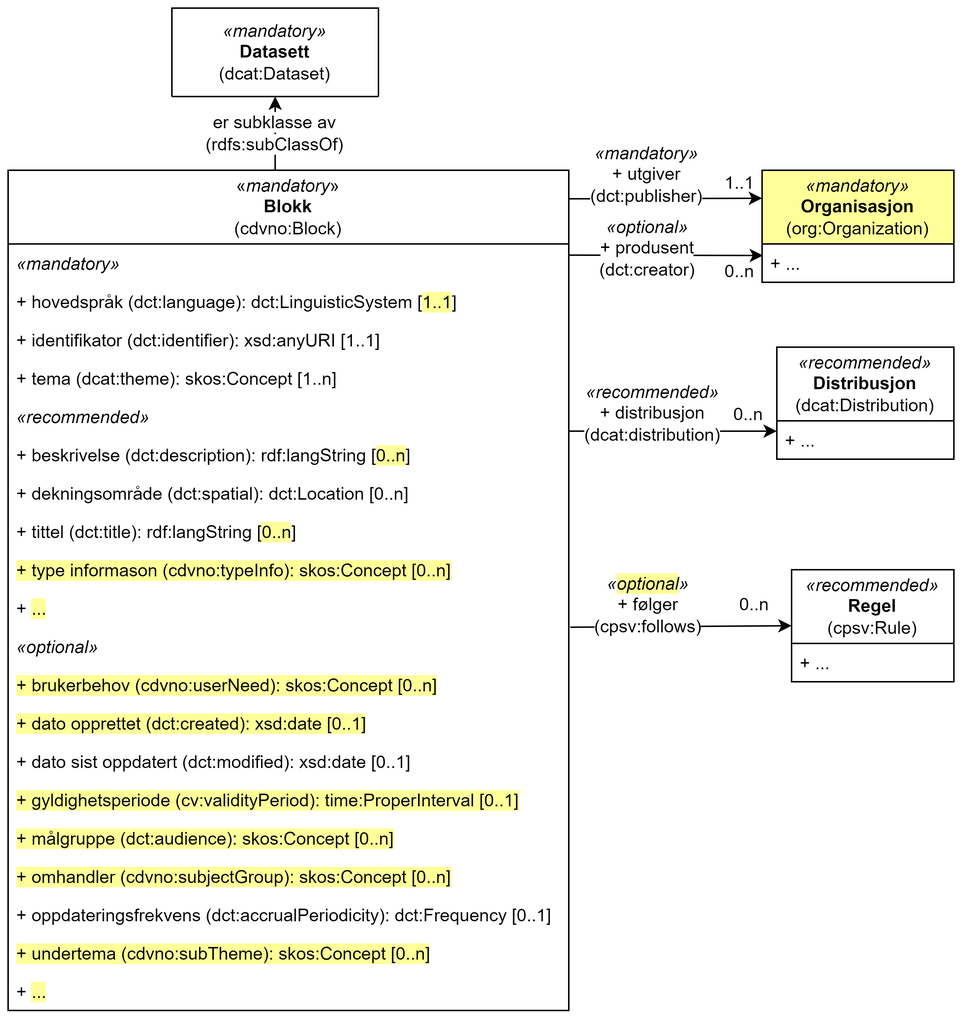
The draw.io diagram docs/images/cdvno-block.png in Informasjonsforvaltning/cdvno, before a commit. Source tidied: cells renumbered, new cells last; positions are measured from the earlier drawing's top-left corner, leaving out a move shared by most shapes. The source it was exported from:
```xml
<mxGraphModel>
  <root>
    <mxCell id="0" />
    <mxCell id="1" parent="0" />
    <mxCell id="2" value="&lt;i&gt;«mandatory»&lt;/i&gt;&lt;br&gt;&lt;b&gt;Organisasjon&lt;br&gt;&lt;/b&gt;(org:Organization)" style="swimlane;fontStyle=0;horizontal=1;startSize=50;fillColor=#FFFF99;whiteSpace=wrap;html=1;" parent="1" vertex="1">
      <mxGeometry x="511" y="110" width="130" height="76" as="geometry" />
    </mxCell>
    <mxCell id="3" value="+ ..." style="text;strokeColor=none;fillColor=none;align=left;verticalAlign=top;spacingLeft=4;spacingRight=4;overflow=hidden;points=[[0,0.5],[1,0.5]];portConstraint=eastwest;whiteSpace=wrap;html=1;" parent="2" vertex="1">
      <mxGeometry y="50" width="130" height="26" as="geometry" />
    </mxCell>
    <mxCell id="4" style="endArrow=classic;html=1;rounded=0;entryX=0;entryY=0.25;entryDx=0;entryDy=0;exitX=0.999;exitY=0.034;exitDx=0;exitDy=0;exitPerimeter=0;" parent="1" edge="1" source="18" target="2">
      <mxGeometry relative="1" as="geometry" />
    </mxCell>
    <mxCell id="5" value="1..1" style="text;html=1;strokeColor=none;fillColor=none;align=center;verticalAlign=middle;whiteSpace=wrap;rounded=0;" parent="1" vertex="1">
      <mxGeometry x="481" y="110" width="30" height="18" as="geometry" />
    </mxCell>
    <mxCell id="6" value="&lt;span style=&quot;background-color: rgb(255, 255, 255);&quot;&gt;&lt;i&gt;&lt;span style=&quot;color: rgb(0, 0, 0); font-family: Helvetica; font-size: 12px; font-variant-ligatures: normal; font-variant-caps: normal; font-weight: 400; letter-spacing: normal; orphans: 2; text-align: left; text-indent: 0px; text-transform: none; widows: 2; word-spacing: 0px; -webkit-text-stroke-width: 0px; text-decoration-thickness: initial; text-decoration-style: initial; text-decoration-color: initial; float: none; display: inline !important;&quot;&gt;«mandatory»&lt;/span&gt;&lt;br&gt;&lt;/i&gt;+ utgiver&lt;br&gt;(dct:publisher)&lt;/span&gt;" style="text;html=1;strokeColor=none;fillColor=none;align=center;verticalAlign=middle;whiteSpace=wrap;rounded=0;" parent="1" vertex="1">
      <mxGeometry x="393" y="88" width="80" height="50" as="geometry" />
    </mxCell>
    <mxCell id="7" style="endArrow=classic;html=1;rounded=0;entryX=0.005;entryY=0.301;entryDx=0;entryDy=0;entryPerimeter=0;exitX=0.999;exitY=0.291;exitDx=0;exitDy=0;exitPerimeter=0;" parent="1" edge="1" source="19" target="3">
      <mxGeometry relative="1" as="geometry" />
    </mxCell>
    <mxCell id="8" value="&lt;span style=&quot;background-color: rgb(255, 255, 255);&quot;&gt;&lt;span style=&quot;color: rgb(0, 0, 0); font-family: Helvetica; font-size: 12px; font-variant-ligatures: normal; font-variant-caps: normal; font-weight: 400; letter-spacing: normal; orphans: 2; text-align: left; text-indent: 0px; text-transform: none; widows: 2; word-spacing: 0px; -webkit-text-stroke-width: 0px; text-decoration-thickness: initial; text-decoration-style: initial; text-decoration-color: initial; float: none; display: inline !important;&quot;&gt;&lt;i&gt;«optional»&lt;/i&gt;&lt;/span&gt;&lt;br&gt;+ produsent&lt;br&gt;(dct:creator)&lt;/span&gt;" style="text;html=1;strokeColor=none;fillColor=none;align=center;verticalAlign=middle;whiteSpace=wrap;rounded=0;" parent="1" vertex="1">
      <mxGeometry x="392.5" y="138" width="81" height="50" as="geometry" />
    </mxCell>
    <mxCell id="9" value="0..n" style="text;html=1;strokeColor=none;fillColor=none;align=center;verticalAlign=middle;whiteSpace=wrap;rounded=0;" parent="1" vertex="1">
      <mxGeometry x="481" y="172" width="30" height="14" as="geometry" />
    </mxCell>
    <mxCell id="10" style="endArrow=classic;html=1;rounded=0;entryX=0;entryY=0.75;entryDx=0;entryDy=0;exitX=0.999;exitY=0.884;exitDx=0;exitDy=0;exitPerimeter=0;" parent="1" edge="1" source="23" target="11">
      <mxGeometry relative="1" as="geometry" />
    </mxCell>
    <mxCell id="11" value="&lt;i style=&quot;border-color: var(--border-color);&quot;&gt;«recommended»&lt;/i&gt;&lt;br style=&quot;border-color: var(--border-color);&quot;&gt;&lt;b style=&quot;border-color: var(--border-color);&quot;&gt;Distribusjon&lt;br style=&quot;border-color: var(--border-color);&quot;&gt;&lt;/b&gt;(dcat:Distribution)" style="swimlane;fontStyle=0;horizontal=1;startSize=50;fillColor=none;whiteSpace=wrap;html=1;" parent="1" vertex="1">
      <mxGeometry x="521" y="230" width="120" height="76" as="geometry" />
    </mxCell>
    <mxCell id="12" value="+ ..." style="text;strokeColor=none;fillColor=none;align=left;verticalAlign=top;spacingLeft=4;spacingRight=4;overflow=hidden;whiteSpace=wrap;html=1;" parent="11" vertex="1">
      <mxGeometry y="50" width="120" height="26" as="geometry" />
    </mxCell>
    <mxCell id="13" value="&lt;i style=&quot;border-color: var(--border-color);&quot;&gt;«recommended»&lt;br&gt;&lt;/i&gt;&lt;span style=&quot;background-color: rgb(255, 255, 255);&quot;&gt;+ distribusjon&lt;br&gt;(dcat:distribution)&lt;/span&gt;" style="text;html=1;strokeColor=none;fillColor=none;align=center;verticalAlign=middle;whiteSpace=wrap;rounded=0;" parent="1" vertex="1">
      <mxGeometry x="405" y="260" width="64" height="30" as="geometry" />
    </mxCell>
    <mxCell id="14" value="0..n" style="text;html=1;strokeColor=none;fillColor=none;align=center;verticalAlign=middle;whiteSpace=wrap;rounded=0;" parent="1" vertex="1">
      <mxGeometry x="487" y="270" width="30" height="13" as="geometry" />
    </mxCell>
    <mxCell id="15" value="&lt;i style=&quot;border-color: var(--border-color);&quot;&gt;«mandatory»&lt;/i&gt;&lt;br style=&quot;border-color: var(--border-color);&quot;&gt;&lt;b style=&quot;border-color: var(--border-color);&quot;&gt;Datasett&lt;br style=&quot;border-color: var(--border-color);&quot;&gt;&lt;/b&gt;(dcat:Dataset)" style="swimlane;fontStyle=0;horizontal=1;startSize=80;fillColor=none;whiteSpace=wrap;html=1;" parent="1" vertex="1">
      <mxGeometry x="111" width="140" height="60" as="geometry" />
    </mxCell>
    <mxCell id="16" style="endArrow=classic;html=1;rounded=0;" parent="1" edge="1" target="15">
      <mxGeometry relative="1" as="geometry">
        <mxPoint x="181" y="110" as="sourcePoint" />
      </mxGeometry>
    </mxCell>
    <mxCell id="17" value="&lt;div style=&quot;&quot;&gt;&lt;span style=&quot;background-color: rgb(255, 255, 255);&quot;&gt;er subklasse av&lt;/span&gt;&lt;/div&gt;&lt;span style=&quot;background-color: rgb(255, 255, 255);&quot;&gt;(rdfs:subClassOf)&lt;/span&gt;" style="text;html=1;strokeColor=none;fillColor=none;align=center;verticalAlign=middle;whiteSpace=wrap;rounded=0;" parent="1" vertex="1">
      <mxGeometry x="128" y="60" width="106" height="50" as="geometry" />
    </mxCell>
    <mxCell id="18" value="«&lt;i&gt;mandatory&lt;/i&gt;»&lt;br&gt;&lt;b&gt;Blokk&lt;br&gt;&lt;/b&gt;(cdvno:Block)" style="swimlane;fontStyle=0;horizontal=1;startSize=50;fillColor=none;whiteSpace=wrap;html=1;" parent="1" vertex="1">
      <mxGeometry y="110" width="380" height="570" as="geometry" />
    </mxCell>
    <mxCell id="19" value="&lt;i&gt;«mandatory»&lt;/i&gt;" style="text;strokeColor=none;fillColor=none;align=left;verticalAlign=top;spacingLeft=4;spacingRight=4;overflow=hidden;points=[[0,0.5],[1,0.5]];portConstraint=eastwest;whiteSpace=wrap;html=1;" parent="18" vertex="1">
      <mxGeometry y="50" width="380" height="26" as="geometry" />
    </mxCell>
    <mxCell id="20" value="+ hovedspråk (dct:language): dct:LinguisticSystem [&lt;span style=&quot;background-color: rgb(255, 255, 153);&quot;&gt;1..1&lt;/span&gt;]" style="text;strokeColor=none;fillColor=none;align=left;verticalAlign=top;spacingLeft=4;spacingRight=4;overflow=hidden;whiteSpace=wrap;html=1;" parent="18" vertex="1">
      <mxGeometry y="76" width="380" height="26" as="geometry" />
    </mxCell>
    <mxCell id="21" value="+ identifikator (dct:identifier): xsd:anyURI [1..1]" style="text;strokeColor=none;fillColor=none;align=left;verticalAlign=top;spacingLeft=4;spacingRight=4;overflow=hidden;whiteSpace=wrap;html=1;" parent="18" vertex="1">
      <mxGeometry y="102" width="380" height="26" as="geometry" />
    </mxCell>
    <mxCell id="22" value="+ tema (dcat:theme): skos:Concept [1..n]" style="text;strokeColor=none;fillColor=none;align=left;verticalAlign=top;spacingLeft=4;spacingRight=4;overflow=hidden;whiteSpace=wrap;html=1;" parent="18" vertex="1">
      <mxGeometry y="128" width="380" height="26" as="geometry" />
    </mxCell>
    <mxCell id="23" value="&lt;i&gt;«recommended»&lt;/i&gt;" style="text;strokeColor=none;fillColor=none;align=left;verticalAlign=top;spacingLeft=4;spacingRight=4;overflow=hidden;points=[[0,0.5],[1,0.5]];portConstraint=eastwest;whiteSpace=wrap;html=1;" parent="18" vertex="1">
      <mxGeometry y="154" width="380" height="26" as="geometry" />
    </mxCell>
    <mxCell id="24" value="+ beskrivelse (dct:description): rdf:langString [&lt;span style=&quot;background-color: rgb(255, 255, 153);&quot;&gt;0..n&lt;/span&gt;]" style="text;strokeColor=none;fillColor=none;align=left;verticalAlign=top;spacingLeft=4;spacingRight=4;overflow=hidden;whiteSpace=wrap;html=1;" parent="18" vertex="1">
      <mxGeometry y="180" width="380" height="26" as="geometry" />
    </mxCell>
    <mxCell id="25" value="+ dekningsområde (dct:spatial): dct:Location [0..n]" style="text;strokeColor=none;fillColor=none;align=left;verticalAlign=top;spacingLeft=4;spacingRight=4;overflow=hidden;whiteSpace=wrap;html=1;" parent="18" vertex="1">
      <mxGeometry y="206" width="380" height="26" as="geometry" />
    </mxCell>
    <mxCell id="26" value="+ tittel (dct:title): rdf:langString [&lt;span style=&quot;background-color: rgb(255, 255, 153);&quot;&gt;0..n&lt;/span&gt;]" style="text;strokeColor=none;fillColor=none;align=left;verticalAlign=top;spacingLeft=4;spacingRight=4;overflow=hidden;whiteSpace=wrap;html=1;" parent="18" vertex="1">
      <mxGeometry y="232" width="380" height="26" as="geometry" />
    </mxCell>
    <mxCell id="27" value="&lt;span style=&quot;background-color: rgb(255, 255, 153);&quot;&gt;+ type informason (cdvno:typeInfo): skos:Concept [0..n]&lt;/span&gt;" style="text;strokeColor=none;fillColor=none;align=left;verticalAlign=top;spacingLeft=4;spacingRight=4;overflow=hidden;whiteSpace=wrap;html=1;" parent="18" vertex="1">
      <mxGeometry y="258" width="380" height="26" as="geometry" />
    </mxCell>
    <mxCell id="28" value="+ &lt;span style=&quot;background-color: rgb(255, 255, 153);&quot;&gt;...&lt;/span&gt;" style="text;strokeColor=none;fillColor=none;align=left;verticalAlign=top;spacingLeft=4;spacingRight=4;overflow=hidden;whiteSpace=wrap;html=1;" parent="18" vertex="1">
      <mxGeometry y="284" width="380" height="26" as="geometry" />
    </mxCell>
    <mxCell id="29" value="&lt;i&gt;«optional»&lt;/i&gt;" style="text;strokeColor=none;fillColor=none;align=left;verticalAlign=top;spacingLeft=4;spacingRight=4;overflow=hidden;whiteSpace=wrap;html=1;" parent="18" vertex="1">
      <mxGeometry y="310" width="380" height="26" as="geometry" />
    </mxCell>
    <mxCell id="30" value="&lt;span style=&quot;background-color: rgb(255, 255, 153);&quot;&gt;+ brukerbehov (cdvno:userNeed): skos:Concept [0..n]&lt;/span&gt;" style="text;strokeColor=none;fillColor=none;align=left;verticalAlign=top;spacingLeft=4;spacingRight=4;overflow=hidden;whiteSpace=wrap;html=1;" parent="18" vertex="1">
      <mxGeometry y="336" width="380" height="26" as="geometry" />
    </mxCell>
    <mxCell id="31" value="&lt;span style=&quot;background-color: rgb(255, 255, 153);&quot;&gt;+ dato opprettet (dct:created): xsd:date [0..1]&lt;/span&gt;" style="text;strokeColor=none;fillColor=none;align=left;verticalAlign=top;spacingLeft=4;spacingRight=4;overflow=hidden;whiteSpace=wrap;html=1;" parent="18" vertex="1">
      <mxGeometry y="362" width="380" height="26" as="geometry" />
    </mxCell>
    <mxCell id="32" value="+ dato sist oppdatert (dct:modified): xsd:date [0..1]" style="text;strokeColor=none;fillColor=none;align=left;verticalAlign=top;spacingLeft=4;spacingRight=4;overflow=hidden;points=[[0,0.5],[1,0.5]];portConstraint=eastwest;whiteSpace=wrap;html=1;" parent="18" vertex="1">
      <mxGeometry y="388" width="380" height="26" as="geometry" />
    </mxCell>
    <mxCell id="33" value="&lt;span style=&quot;background-color: rgb(255, 255, 153);&quot;&gt;+ gyldighetsperiode (cv:validityPeriod): time:ProperInterval [0..1]&lt;/span&gt;" style="text;strokeColor=none;fillColor=none;align=left;verticalAlign=top;spacingLeft=4;spacingRight=4;overflow=hidden;whiteSpace=wrap;html=1;" parent="18" vertex="1">
      <mxGeometry y="414" width="380" height="26" as="geometry" />
    </mxCell>
    <mxCell id="34" value="&lt;span style=&quot;background-color: rgb(255, 255, 153);&quot;&gt;+ målgruppe (dct:audience): skos:Concept [0..n]&lt;/span&gt;" style="text;strokeColor=none;fillColor=none;align=left;verticalAlign=top;spacingLeft=4;spacingRight=4;overflow=hidden;whiteSpace=wrap;html=1;" parent="18" vertex="1">
      <mxGeometry y="440" width="380" height="26" as="geometry" />
    </mxCell>
    <mxCell id="35" value="&lt;span style=&quot;background-color: rgb(255, 255, 153);&quot;&gt;+ omhandler (cdvno:subjectGroup): skos:Concept [0..n]&lt;/span&gt;" style="text;strokeColor=none;fillColor=none;align=left;verticalAlign=top;spacingLeft=4;spacingRight=4;overflow=hidden;whiteSpace=wrap;html=1;" parent="18" vertex="1">
      <mxGeometry y="466" width="380" height="26" as="geometry" />
    </mxCell>
    <mxCell id="36" value="+ oppdateringsfrekvens (dct:accrualPeriodicity):&amp;nbsp;dct:Frequency [0..1]" style="text;strokeColor=none;fillColor=none;align=left;verticalAlign=top;spacingLeft=4;spacingRight=4;overflow=hidden;whiteSpace=wrap;html=1;" parent="18" vertex="1">
      <mxGeometry y="492" width="380" height="26" as="geometry" />
    </mxCell>
    <mxCell id="37" value="&lt;span style=&quot;background-color: rgb(255, 255, 153);&quot;&gt;+ undertema (cdvno:subTheme): skos:Concept [0..n]&lt;/span&gt;" style="text;strokeColor=none;fillColor=none;align=left;verticalAlign=top;spacingLeft=4;spacingRight=4;overflow=hidden;whiteSpace=wrap;html=1;" parent="18" vertex="1">
      <mxGeometry y="518" width="380" height="26" as="geometry" />
    </mxCell>
    <mxCell id="38" value="+ &lt;span style=&quot;background-color: rgb(255, 255, 153);&quot;&gt;...&lt;/span&gt;" style="text;strokeColor=none;fillColor=none;align=left;verticalAlign=top;spacingLeft=4;spacingRight=4;overflow=hidden;whiteSpace=wrap;html=1;" parent="18" vertex="1">
      <mxGeometry y="544" width="380" height="26" as="geometry" />
    </mxCell>
    <mxCell id="39" value="&lt;i style=&quot;border-color: var(--border-color);&quot;&gt;«recommended»&lt;/i&gt;&lt;br style=&quot;border-color: var(--border-color);&quot;&gt;&lt;b style=&quot;border-color: var(--border-color);&quot;&gt;Regel&lt;br style=&quot;border-color: var(--border-color);&quot;&gt;&lt;/b&gt;(cpsv:Rule)" style="swimlane;fontStyle=0;horizontal=1;startSize=50;fillColor=none;whiteSpace=wrap;html=1;" parent="1" vertex="1">
      <mxGeometry x="531" y="381" width="110" height="76" as="geometry" />
    </mxCell>
    <mxCell id="40" value="+ ..." style="text;strokeColor=none;fillColor=none;align=left;verticalAlign=top;spacingLeft=4;spacingRight=4;overflow=hidden;whiteSpace=wrap;html=1;" parent="39" vertex="1">
      <mxGeometry y="50" width="110" height="26" as="geometry" />
    </mxCell>
    <mxCell id="41" style="endArrow=classic;html=1;rounded=0;entryX=0;entryY=0.5;entryDx=0;entryDy=0;" parent="1" edge="1" target="39">
      <mxGeometry relative="1" as="geometry">
        <mxPoint x="381" y="420" as="sourcePoint" />
      </mxGeometry>
    </mxCell>
    <mxCell id="42" value="&lt;i style=&quot;border-color: var(--border-color);&quot;&gt;«&lt;span style=&quot;background-color: rgb(255, 255, 153);&quot;&gt;optional&lt;/span&gt;»&lt;br&gt;&lt;/i&gt;&lt;span style=&quot;background-color: rgb(255, 255, 255);&quot;&gt;+ følger&lt;br&gt;(cpsv:follows)&lt;/span&gt;" style="text;html=1;strokeColor=none;fillColor=none;align=center;verticalAlign=middle;whiteSpace=wrap;rounded=0;" parent="1" vertex="1">
      <mxGeometry x="402" y="390" width="64" height="30" as="geometry" />
    </mxCell>
    <mxCell id="43" value="0..n" style="text;html=1;strokeColor=none;fillColor=none;align=center;verticalAlign=middle;whiteSpace=wrap;rounded=0;" parent="1" vertex="1">
      <mxGeometry x="491" y="390" width="30" height="30" as="geometry" />
    </mxCell>
  </root>
</mxGraphModel>
```
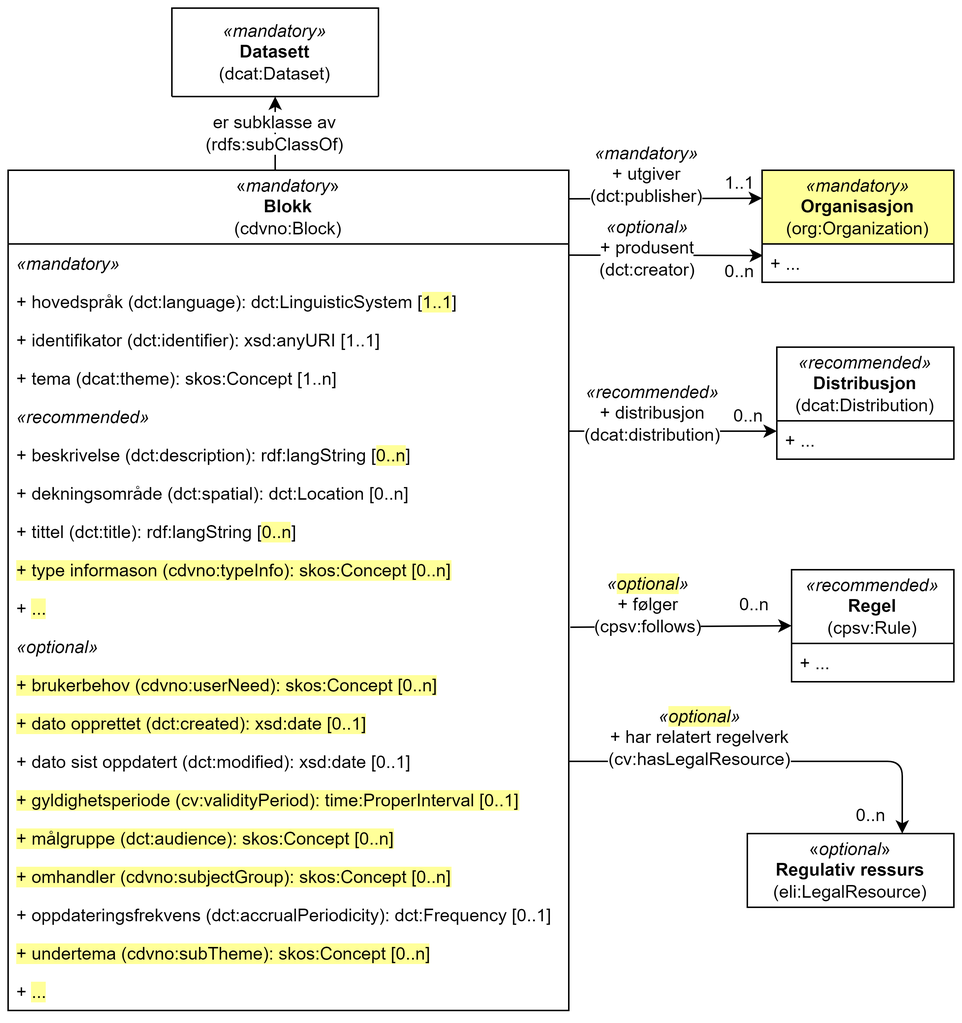
Later version of the same file.

Commit message:
Legger til cv:hasLegalResource i klassen Block

Change to the diagram source:
```diff
@@ -132,5 +132,21 @@
     <mxCell id="43" value="0..n" style="text;html=1;strokeColor=none;fillColor=none;align=center;verticalAlign=middle;whiteSpace=wrap;rounded=0;" parent="1" vertex="1">
       <mxGeometry x="491" y="390" width="30" height="30" as="geometry" />
     </mxCell>
+    <mxCell id="44" value="«&lt;i&gt;optional&lt;/i&gt;»&lt;br&gt;&lt;b&gt;Regulativ ressurs&lt;/b&gt;&lt;br&gt;(eli:LegalResource)" style="rounded=0;whiteSpace=wrap;html=1;fillColor=default;strokeColor=#000000;" parent="1" vertex="1">
+      <mxGeometry x="501" y="560" width="140" height="50" as="geometry" />
+    </mxCell>
+    <mxCell id="45" style="endArrow=classic;html=1;rounded=1;exitX=1;exitY=0.5;exitDx=0;exitDy=0;entryX=0.75;entryY=0;entryDx=0;entryDy=0;" parent="1" edge="1" source="32" target="44">
+      <mxGeometry relative="1" as="geometry">
+        <Array as="points">
+          <mxPoint x="606" y="511" />
+        </Array>
+      </mxGeometry>
+    </mxCell>
+    <mxCell id="46" value="&lt;i style=&quot;border-color: var(--border-color);&quot;&gt;«&lt;span style=&quot;background-color: rgb(255, 255, 153);&quot;&gt;optional&lt;/span&gt;»&lt;br&gt;&lt;/i&gt;&lt;span style=&quot;background-color: rgb(255, 255, 255);&quot;&gt;+ har relatert regelverk&lt;br&gt;(cv:hasLegalResource)&lt;/span&gt;" style="text;html=1;strokeColor=none;fillColor=none;align=center;verticalAlign=middle;whiteSpace=wrap;rounded=0;" parent="1" vertex="1">
+      <mxGeometry x="437" y="480" width="64" height="30" as="geometry" />
+    </mxCell>
+    <mxCell id="47" value="0..n" style="text;html=1;strokeColor=none;fillColor=none;align=center;verticalAlign=middle;whiteSpace=wrap;rounded=0;" parent="1" vertex="1">
+      <mxGeometry x="570" y="533" width="30" height="30" as="geometry" />
+    </mxCell>
   </root>
 </mxGraphModel>
```
